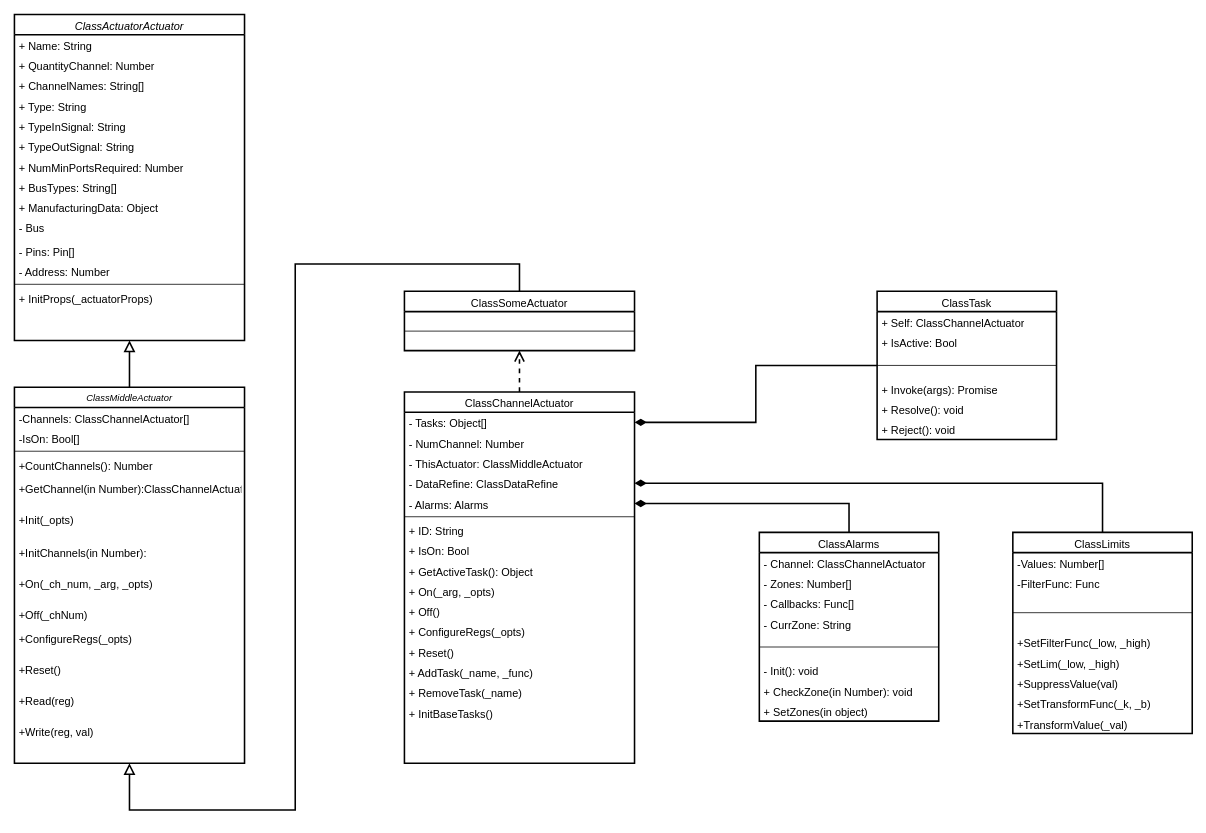
The draw.io diagram res/main-diagram.drawio in Konkery/ModuleActuator, before the edit. Source tidied: cells renumbered, new cells numbered last; positions are measured from the earlier drawing's top-left corner, leaving out a move shared by most shapes. Both pictures are drawn from the tidied source at 78%, with x=0, y=0 at pixel (14, 14).
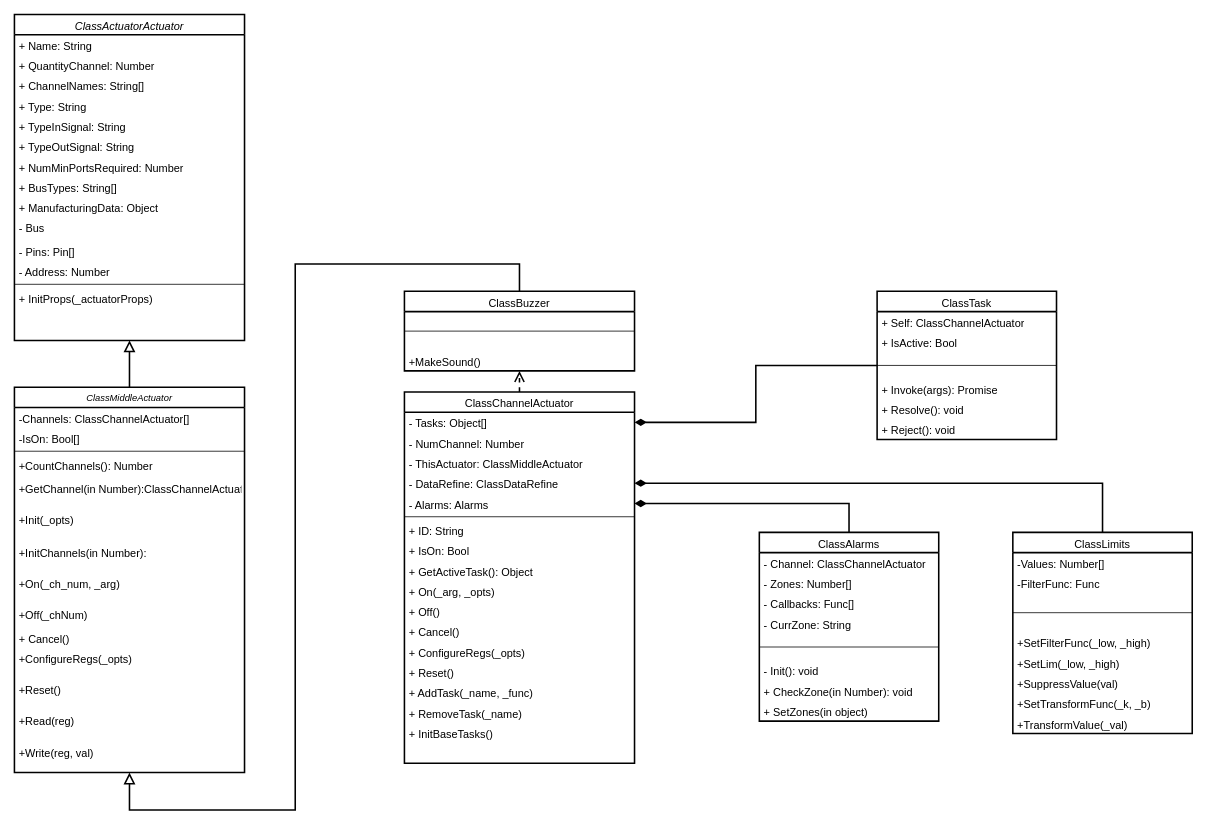
The same diagram, later.

Unchanged cells that the change refers to:
```xml
<mxCell id="18" value="ClassChannelActuator" style="swimlane;fontStyle=0;align=center;verticalAlign=top;horizontal=1;startSize=26;rounded=0;shadow=0;strokeWidth=2;fontSize=14;" parent="1" vertex="1">
  <mxGeometry x="500" y="484" width="295" height="476" as="geometry" />
</mxCell>
```

The edit, as a diff of the source:
```diff
@@
     <mxCell id="3" value="ClassMiddleActuator" style="swimlane;fontStyle=2;align=center;verticalAlign=top;horizontal=1;startSize=26;rounded=0;shadow=0;strokeWidth=2;fontSize=12;" parent="1" vertex="1">
-      <mxGeometry y="478" width="295" height="482" as="geometry" />
+      <mxGeometry y="478" width="295" height="494" as="geometry" />
     </mxCell>
@@
-    <mxCell id="11" value="+On(_ch_num, _arg, _opts)" style="text;align=left;verticalAlign=top;spacingLeft=4;spacingRight=4;overflow=hidden;fontSize=14;" parent="3" vertex="1">
+    <mxCell id="11" value="+On(_ch_num, _arg)" style="text;align=left;verticalAlign=top;spacingLeft=4;spacingRight=4;overflow=hidden;fontSize=14;" parent="3" vertex="1">
       <mxGeometry y="238" width="295" height="40" as="geometry" />
     </mxCell>
@@
+    <mxCell id="81" value="+ Cancel()" style="text;align=left;verticalAlign=top;spacingLeft=4;spacingRight=4;overflow=hidden;fontSize=14;" parent="3" vertex="1">
+      <mxGeometry y="308" width="295" height="26" as="geometry" />
+    </mxCell>
     <mxCell id="13" value="+ConfigureRegs(_opts)" style="text;align=left;verticalAlign=top;spacingLeft=4;spacingRight=4;overflow=hidden;fontSize=14;" parent="3" vertex="1">
-      <mxGeometry y="308" width="295" height="40" as="geometry" />
+      <mxGeometry y="334" width="295" height="40" as="geometry" />
     </mxCell>
     <mxCell id="14" value="+Reset()" style="text;align=left;verticalAlign=top;spacingLeft=4;spacingRight=4;overflow=hidden;fontSize=14;" parent="3" vertex="1">
-      <mxGeometry y="348" width="295" height="40" as="geometry" />
+      <mxGeometry y="374" width="295" height="40" as="geometry" />
     </mxCell>
     <mxCell id="15" value="+Read(reg)" style="text;align=left;verticalAlign=top;spacingLeft=4;spacingRight=4;overflow=hidden;fontSize=14;" parent="3" vertex="1">
-      <mxGeometry y="388" width="295" height="40" as="geometry" />
+      <mxGeometry y="414" width="295" height="40" as="geometry" />
     </mxCell>
     <mxCell id="16" value="+Write(reg, val)" style="text;align=left;verticalAlign=top;spacingLeft=4;spacingRight=4;overflow=hidden;fontSize=14;" parent="3" vertex="1">
-      <mxGeometry y="428" width="295" height="40" as="geometry" />
+      <mxGeometry y="454" width="295" height="40" as="geometry" />
     </mxCell>
@@
+    <mxCell id="82" value="+ Cancel()" style="text;align=left;verticalAlign=top;spacingLeft=4;spacingRight=4;overflow=hidden;fontSize=14;" parent="18" vertex="1">
+      <mxGeometry y="294" width="295" height="26" as="geometry" />
+    </mxCell>
     <mxCell id="30" value="+ ConfigureRegs(_opts)" style="text;align=left;verticalAlign=top;spacingLeft=4;spacingRight=4;overflow=hidden;fontSize=14;" parent="18" vertex="1">
-      <mxGeometry y="294" width="295" height="26" as="geometry" />
+      <mxGeometry y="320" width="295" height="26" as="geometry" />
     </mxCell>
     <mxCell id="31" value="+ Reset()" style="text;align=left;verticalAlign=top;spacingLeft=4;spacingRight=4;overflow=hidden;fontSize=14;" parent="18" vertex="1">
-      <mxGeometry y="320" width="295" height="26" as="geometry" />
+      <mxGeometry y="346" width="295" height="26" as="geometry" />
     </mxCell>
     <mxCell id="32" value="+ AddTask(_name, _func)" style="text;align=left;verticalAlign=top;spacingLeft=4;spacingRight=4;overflow=hidden;fontSize=14;" parent="18" vertex="1">
-      <mxGeometry y="346" width="295" height="26" as="geometry" />
+      <mxGeometry y="372" width="295" height="26" as="geometry" />
     </mxCell>
     <mxCell id="33" value="+ RemoveTask(_name)" style="text;align=left;verticalAlign=top;spacingLeft=4;spacingRight=4;overflow=hidden;fontSize=14;" parent="18" vertex="1">
-      <mxGeometry y="372" width="295" height="26" as="geometry" />
+      <mxGeometry y="398" width="295" height="26" as="geometry" />
     </mxCell>
     <mxCell id="34" value="+ InitBaseTasks()" style="text;align=left;verticalAlign=top;spacingLeft=4;spacingRight=4;overflow=hidden;fontSize=14;" parent="18" vertex="1">
-      <mxGeometry y="398" width="295" height="26" as="geometry" />
+      <mxGeometry y="424" width="295" height="26" as="geometry" />
     </mxCell>
@@
-    <mxCell id="71" value="&lt;span style=&quot;font-weight: 400; font-size: 14px;&quot;&gt;ClassSomeActuator&lt;/span&gt;" style="swimlane;fontStyle=1;align=center;verticalAlign=top;horizontal=1;startSize=26;whiteSpace=wrap;html=1;fontSize=14;strokeWidth=2;" parent="1" vertex="1">
-      <mxGeometry x="500" y="355" width="295" height="76" as="geometry" />
+    <mxCell id="71" value="&lt;span style=&quot;font-weight: 400; font-size: 14px;&quot;&gt;ClassBuzzer&lt;/span&gt;" style="swimlane;fontStyle=1;align=center;verticalAlign=top;horizontal=1;startSize=26;whiteSpace=wrap;html=1;fontSize=14;strokeWidth=2;" parent="1" vertex="1">
+      <mxGeometry x="500" y="355" width="295" height="102" as="geometry" />
     </mxCell>
@@
+    <mxCell id="83" value="+MakeSound()" style="text;align=left;verticalAlign=top;spacingLeft=4;spacingRight=4;overflow=hidden;rounded=0;shadow=0;html=0;fontSize=14;" parent="71" vertex="1">
+      <mxGeometry y="76" width="295" height="26" as="geometry" />
+    </mxCell>
```
